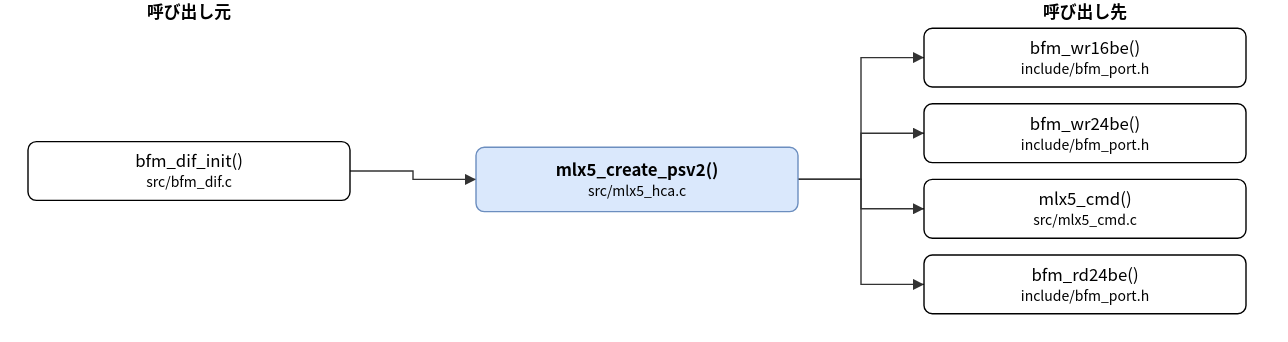
Earlier version of the draw.io export doc/spec/images/call_src_mlx5_hca-mlx5_create_psv2.drawio.svg (hf355051012-ai/bfmem). Source tidied: cells renumbered, new cells last; positions are measured from the earlier drawing's top-left corner, leaving out a move shared by most shapes.
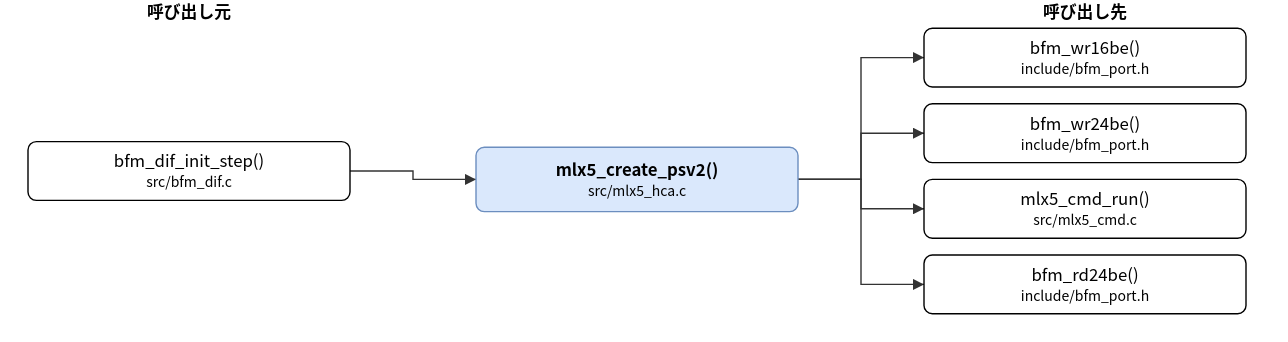
After the change.

Diff of the diagram source:
```diff
@@ -5,7 +5,7 @@
     <mxCell id="2" value="mlx5_create_psv2()&lt;br&gt;&lt;font style=&quot;font-size:10px&quot;&gt;src/mlx5_hca.c&lt;/font&gt;" style="rounded=1;whiteSpace=wrap;html=1;fillColor=#dae8fc;strokeColor=#6c8ebf;fontStyle=1;" parent="1" vertex="1">
       <mxGeometry x="320" y="105" width="230" height="46" as="geometry" />
     </mxCell>
-    <mxCell id="3" value="bfm_dif_init()&lt;br&gt;&lt;font style=&quot;font-size:10px&quot;&gt;src/bfm_dif.c&lt;/font&gt;" style="rounded=1;whiteSpace=wrap;html=1;" parent="1" vertex="1">
+    <mxCell id="3" value="bfm_dif_init_step()&lt;br&gt;&lt;font style=&quot;font-size:10px&quot;&gt;src/bfm_dif.c&lt;/font&gt;" style="rounded=1;whiteSpace=wrap;html=1;" parent="1" vertex="1">
       <mxGeometry y="101" width="230" height="42" as="geometry" />
     </mxCell>
     <mxCell id="4" value="bfm_wr16be()&lt;br&gt;&lt;font style=&quot;font-size:10px&quot;&gt;include/bfm_port.h&lt;/font&gt;" style="rounded=1;whiteSpace=wrap;html=1;" parent="1" vertex="1">
@@ -14,7 +14,7 @@
     <mxCell id="5" value="bfm_wr24be()&lt;br&gt;&lt;font style=&quot;font-size:10px&quot;&gt;include/bfm_port.h&lt;/font&gt;" style="rounded=1;whiteSpace=wrap;html=1;" parent="1" vertex="1">
       <mxGeometry x="640" y="74" width="230" height="42" as="geometry" />
     </mxCell>
-    <mxCell id="6" value="mlx5_cmd()&lt;br&gt;&lt;font style=&quot;font-size:10px&quot;&gt;src/mlx5_cmd.c&lt;/font&gt;" style="rounded=1;whiteSpace=wrap;html=1;" parent="1" vertex="1">
+    <mxCell id="6" value="mlx5_cmd_run()&lt;br&gt;&lt;font style=&quot;font-size:10px&quot;&gt;src/mlx5_cmd.c&lt;/font&gt;" style="rounded=1;whiteSpace=wrap;html=1;" parent="1" vertex="1">
       <mxGeometry x="640" y="128" width="230" height="42" as="geometry" />
     </mxCell>
     <mxCell id="7" value="bfm_rd24be()&lt;br&gt;&lt;font style=&quot;font-size:10px&quot;&gt;include/bfm_port.h&lt;/font&gt;" style="rounded=1;whiteSpace=wrap;html=1;" parent="1" vertex="1">
```
